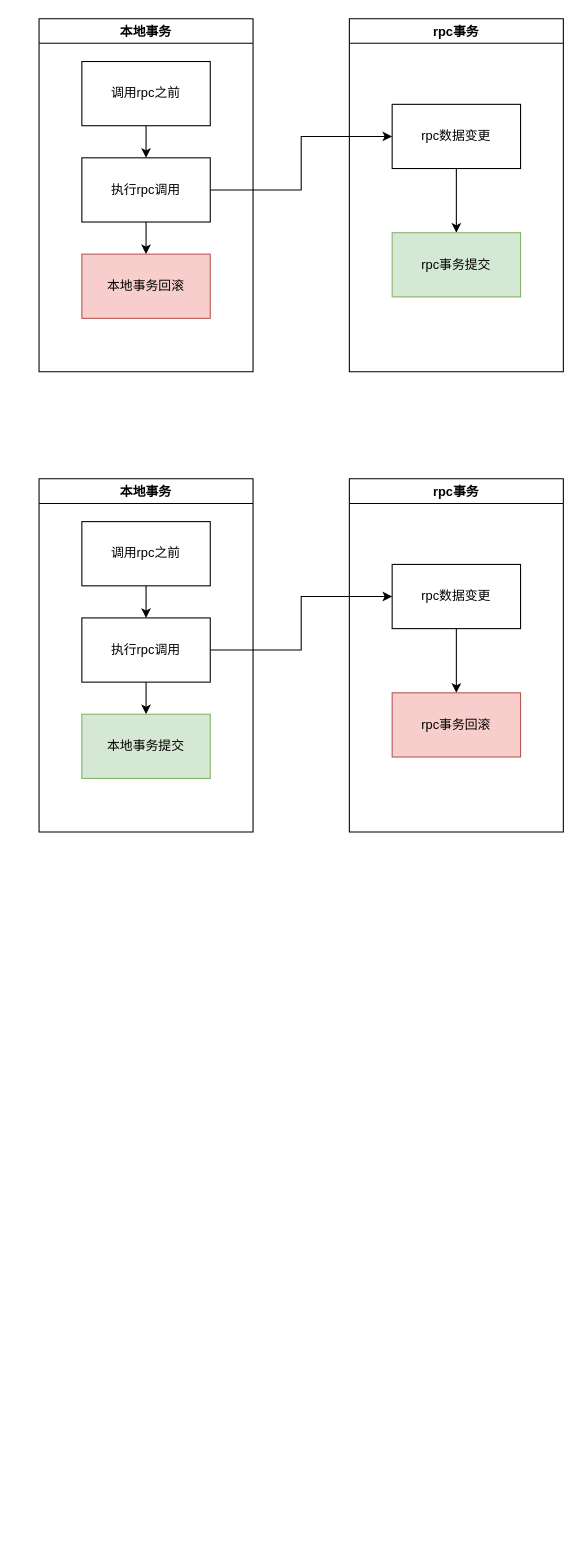
This is 行为数据和事务数据.drawio from catface996/images, a draw.io file, before an edit. Source tidied: cells renumbered, new cells numbered last; positions are measured from the earlier drawing's top-left corner, leaving out a move shared by most shapes. Both pictures are drawn from the tidied source at 107%, with x=0, y=0 at pixel (39, 18).
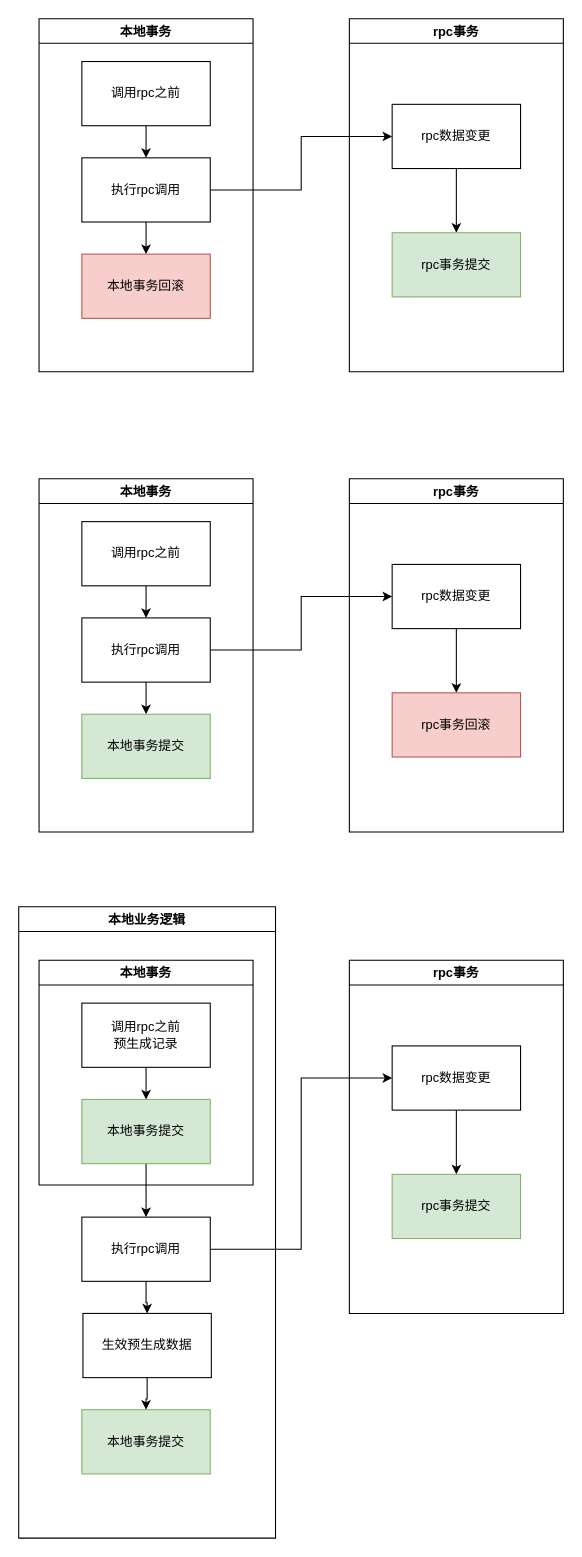
The same diagram, later.

Commit message (it also covers changes not shown here):
更新行为数据和事务数据.drawio

What changed in the source:
```diff
@@
+    <mxCell id="24" value="本地事务" style="swimlane;" parent="1" vertex="1">
+      <mxGeometry y="880" width="200" height="210" as="geometry" />
+    </mxCell>
+    <mxCell id="25" value="调用rpc之前&lt;br&gt;预生成记录" style="rounded=0;whiteSpace=wrap;html=1;" parent="24" vertex="1">
+      <mxGeometry x="40" y="40" width="120" height="60" as="geometry" />
+    </mxCell>
+    <mxCell id="26" value="rpc事务" style="swimlane;" parent="1" vertex="1">
+      <mxGeometry x="290" y="880" width="200" height="330" as="geometry" />
+    </mxCell>
+    <mxCell id="27" style="edgeStyle=orthogonalEdgeStyle;rounded=0;jettySize=auto;html=1;entryX=0.5;entryY=0;entryDx=0;entryDy=0;" parent="26" edge="1" source="28" target="29">
+      <mxGeometry relative="1" as="geometry" />
+    </mxCell>
+    <mxCell id="28" value="rpc数据变更" style="rounded=0;whiteSpace=wrap;html=1;" parent="26" vertex="1">
+      <mxGeometry x="40" y="80" width="120" height="60" as="geometry" />
+    </mxCell>
+    <mxCell id="29" value="rpc事务提交" style="rounded=0;whiteSpace=wrap;html=1;fillColor=#d5e8d4;strokeColor=#82b366;" parent="26" vertex="1">
+      <mxGeometry x="40" y="200" width="120" height="60" as="geometry" />
+    </mxCell>
+    <mxCell id="30" style="edgeStyle=orthogonalEdgeStyle;rounded=0;jettySize=auto;html=1;entryX=0;entryY=0.5;entryDx=0;entryDy=0;" parent="1" edge="1" source="32" target="28">
+      <mxGeometry relative="1" as="geometry" />
+    </mxCell>
+    <mxCell id="31" style="edgeStyle=orthogonalEdgeStyle;rounded=0;jettySize=auto;html=1;entryX=0.5;entryY=0;entryDx=0;entryDy=0;" parent="1" edge="1" source="32" target="39">
+      <mxGeometry relative="1" as="geometry" />
+    </mxCell>
+    <mxCell id="32" value="执行rpc调用" style="rounded=0;whiteSpace=wrap;html=1;" parent="1" vertex="1">
+      <mxGeometry x="40" y="1120" width="120" height="60" as="geometry" />
+    </mxCell>
+    <mxCell id="33" style="edgeStyle=orthogonalEdgeStyle;rounded=0;jettySize=auto;html=1;entryX=0.5;entryY=0;entryDx=0;entryDy=0;" parent="1" edge="1" source="34" target="32">
+      <mxGeometry relative="1" as="geometry" />
+    </mxCell>
+    <mxCell id="34" value="本地事务提交" style="rounded=0;whiteSpace=wrap;html=1;fillColor=#d5e8d4;strokeColor=#82b366;" parent="1" vertex="1">
+      <mxGeometry x="40" y="1010" width="120" height="60" as="geometry" />
+    </mxCell>
+    <mxCell id="35" style="edgeStyle=orthogonalEdgeStyle;rounded=0;jettySize=auto;html=1;entryX=0.5;entryY=0;entryDx=0;entryDy=0;" parent="1" edge="1" source="25" target="34">
+      <mxGeometry relative="1" as="geometry" />
+    </mxCell>
+    <mxCell id="36" value="本地业务逻辑" style="swimlane;" parent="1" vertex="1">
+      <mxGeometry x="-19" y="830" width="240" height="590" as="geometry" />
+    </mxCell>
+    <mxCell id="37" value="本地事务提交" style="rounded=0;whiteSpace=wrap;html=1;fillColor=#d5e8d4;strokeColor=#82b366;" parent="36" vertex="1">
+      <mxGeometry x="59" y="470" width="120" height="60" as="geometry" />
+    </mxCell>
+    <mxCell id="38" style="edgeStyle=orthogonalEdgeStyle;rounded=0;jettySize=auto;html=1;entryX=0.5;entryY=0;entryDx=0;entryDy=0;" parent="36" edge="1" source="39" target="37">
+      <mxGeometry relative="1" as="geometry" />
+    </mxCell>
+    <mxCell id="39" value="生效预生成数据" style="rounded=0;whiteSpace=wrap;html=1;" parent="36" vertex="1">
+      <mxGeometry x="60" y="380" width="120" height="60" as="geometry" />
+    </mxCell>
```
